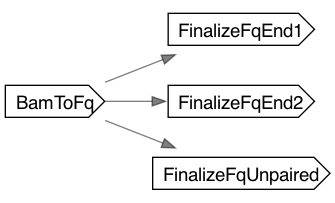
Above: dot/SRBamToFq.dot.png in broadinstitute/long-read-pipelines (Graphviz), before the change. Its source is kept beside it as dot/SRBamToFq.dot. Its diagram source:
```dot
digraph {
	compound=true rankdir=LR
	node [fontname=Roboto]
	edge [color="#00000080"]
	"call-BamToFq" [label=BamToFq shape=cds]
	"call-FinalizeFqEnd1" [label=FinalizeFqEnd1 shape=cds]
	"call-FinalizeFqEnd2" [label=FinalizeFqEnd2 shape=cds]
	"call-FinalizeFqUnpaired" [label=FinalizeFqUnpaired shape=cds]
	"call-BamToFq" -> "call-FinalizeFqEnd1"
	"call-BamToFq" -> "call-FinalizeFqEnd2"
	"call-BamToFq" -> "call-FinalizeFqUnpaired"
}
```
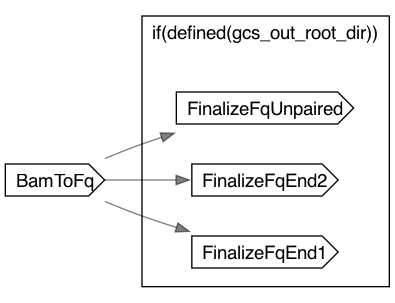
After the commit.

The edit, as a diff of the source:
```diff
@@ -3,9 +3,13 @@
 	node [fontname=Roboto]
 	edge [color="#00000080"]
 	"call-BamToFq" [label=BamToFq shape=cds]
-	"call-FinalizeFqEnd1" [label=FinalizeFqEnd1 shape=cds]
-	"call-FinalizeFqEnd2" [label=FinalizeFqEnd2 shape=cds]
-	"call-FinalizeFqUnpaired" [label=FinalizeFqUnpaired shape=cds]
+	subgraph "cluster-if-L30C5" {
+		fontname=Roboto label="if(defined(gcs_out_root_dir))" rank=same
+		"call-FinalizeFqEnd1" [label=FinalizeFqEnd1 shape=cds]
+		"call-FinalizeFqEnd2" [label=FinalizeFqEnd2 shape=cds]
+		"call-FinalizeFqUnpaired" [label=FinalizeFqUnpaired shape=cds]
+		"if-L30C5" [label="" height=0 margin=0 style=invis width=0]
+	}
 	"call-BamToFq" -> "call-FinalizeFqEnd1"
 	"call-BamToFq" -> "call-FinalizeFqEnd2"
 	"call-BamToFq" -> "call-FinalizeFqUnpaired"
```
